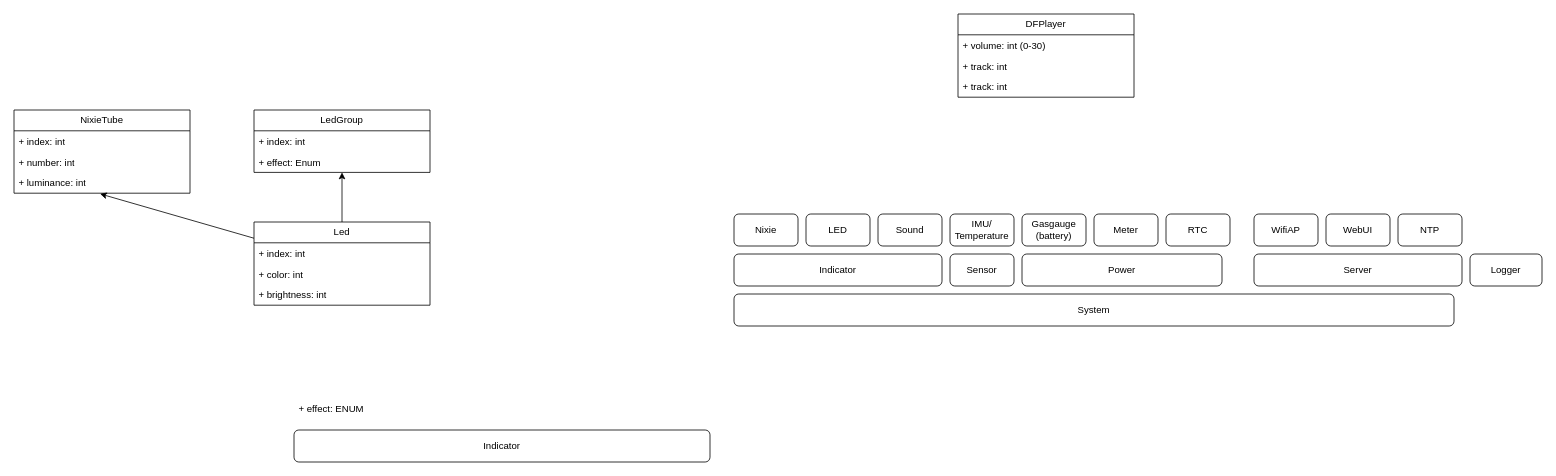
HabonRoof/nixietube_clock keeps this draw.io diagram as doc/structure.drawio. Above is the earlier version. Source tidied: cells renumbered, new cells numbered last; positions are measured from the earlier drawing's top-left corner, leaving out a move shared by most shapes. Both pictures are drawn from the tidied source at 80%, with x=0, y=0 at pixel (14, 14).
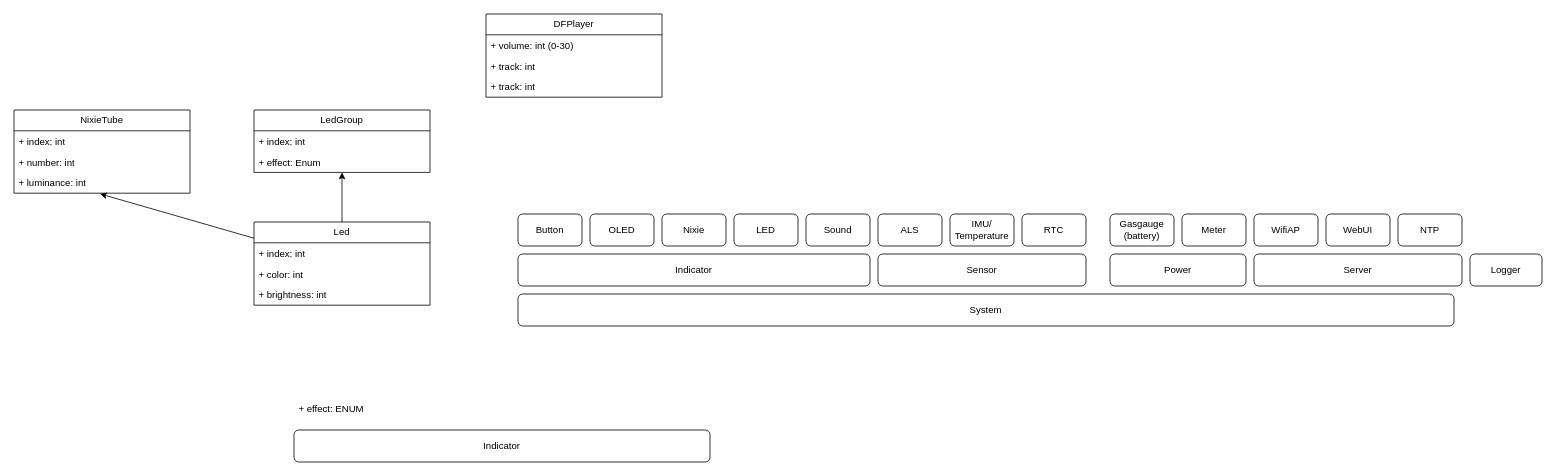
Above is the later version.

Diff of the diagram source:
```diff
@@
     <mxCell id="2" value="System" style="rounded=1;whiteSpace=wrap;html=1;" parent="1" vertex="1">
-      <mxGeometry x="900" y="350" width="900" height="40" as="geometry" />
+      <mxGeometry x="630" y="350" width="1170" height="40" as="geometry" />
     </mxCell>
     <mxCell id="3" value="Indicator" style="rounded=1;whiteSpace=wrap;html=1;" parent="1" vertex="1">
-      <mxGeometry x="900" y="300" width="260" height="40" as="geometry" />
+      <mxGeometry x="630" y="300" width="440" height="40" as="geometry" />
     </mxCell>
     <mxCell id="4" value="Sensor" style="rounded=1;whiteSpace=wrap;html=1;" parent="1" vertex="1">
-      <mxGeometry x="1170" y="300" width="80" height="40" as="geometry" />
+      <mxGeometry x="1080" y="300" width="260" height="40" as="geometry" />
     </mxCell>
     <mxCell id="5" value="Power" style="rounded=1;whiteSpace=wrap;html=1;" parent="1" vertex="1">
-      <mxGeometry x="1260" y="300" width="250" height="40" as="geometry" />
+      <mxGeometry x="1370" y="300" width="170" height="40" as="geometry" />
     </mxCell>
@@
     <mxCell id="10" value="Nixie" style="rounded=1;whiteSpace=wrap;html=1;" parent="1" vertex="1">
-      <mxGeometry x="900" y="250" width="80" height="40" as="geometry" />
+      <mxGeometry x="810" y="250" width="80" height="40" as="geometry" />
     </mxCell>
     <mxCell id="11" value="LED" style="rounded=1;whiteSpace=wrap;html=1;" parent="1" vertex="1">
-      <mxGeometry x="990" y="250" width="80" height="40" as="geometry" />
+      <mxGeometry x="900" y="250" width="80" height="40" as="geometry" />
     </mxCell>
@@
     <mxCell id="13" value="Gasgauge (battery)" style="rounded=1;whiteSpace=wrap;html=1;" parent="1" vertex="1">
-      <mxGeometry x="1260" y="250" width="80" height="40" as="geometry" />
+      <mxGeometry x="1370" y="250" width="80" height="40" as="geometry" />
     </mxCell>
     <mxCell id="14" value="Sound" style="rounded=1;whiteSpace=wrap;html=1;" parent="1" vertex="1">
-      <mxGeometry x="1080" y="250" width="80" height="40" as="geometry" />
+      <mxGeometry x="990" y="250" width="80" height="40" as="geometry" />
     </mxCell>
@@
     <mxCell id="16" value="Meter" style="rounded=1;whiteSpace=wrap;html=1;" parent="1" vertex="1">
-      <mxGeometry x="1350" y="250" width="80" height="40" as="geometry" />
+      <mxGeometry x="1460" y="250" width="80" height="40" as="geometry" />
     </mxCell>
@@
     <mxCell id="21" value="DFPlayer" style="swimlane;fontStyle=0;horizontal=1;startSize=26;fillColor=none;whiteSpace=wrap;html=1;" parent="1" vertex="1">
-      <mxGeometry x="1180" width="220" height="104" as="geometry" />
+      <mxGeometry x="590" width="220" height="104" as="geometry" />
     </mxCell>
@@
     <mxCell id="25" value="RTC" style="rounded=1;whiteSpace=wrap;html=1;" parent="1" vertex="1">
-      <mxGeometry x="1440" y="250" width="80" height="40" as="geometry" />
+      <mxGeometry x="1260" y="250" width="80" height="40" as="geometry" />
     </mxCell>
@@
+    <mxCell id="37" value="OLED" style="rounded=1;whiteSpace=wrap;html=1;" parent="1" vertex="1">
+      <mxGeometry x="720" y="250" width="80" height="40" as="geometry" />
+    </mxCell>
+    <mxCell id="38" value="Button" style="rounded=1;whiteSpace=wrap;html=1;" parent="1" vertex="1">
+      <mxGeometry x="630" y="250" width="80" height="40" as="geometry" />
+    </mxCell>
+    <mxCell id="39" value="ALS" style="rounded=1;whiteSpace=wrap;html=1;" parent="1" vertex="1">
+      <mxGeometry x="1080" y="250" width="80" height="40" as="geometry" />
+    </mxCell>
```
